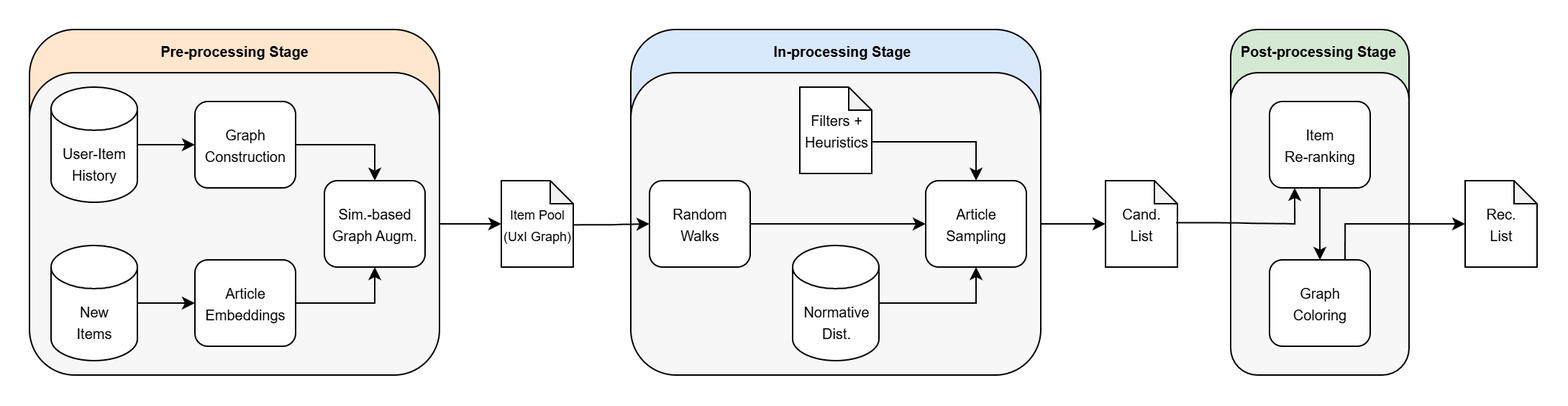
Informfully/Documentation keeps this draw.io diagram as docs/source/uml/algorithm_pipeline_v4.2.png. Above is the earlier version. Source tidied: cells renumbered, new cells last; positions are measured from the earlier drawing's top-left corner, leaving out a move shared by most shapes.
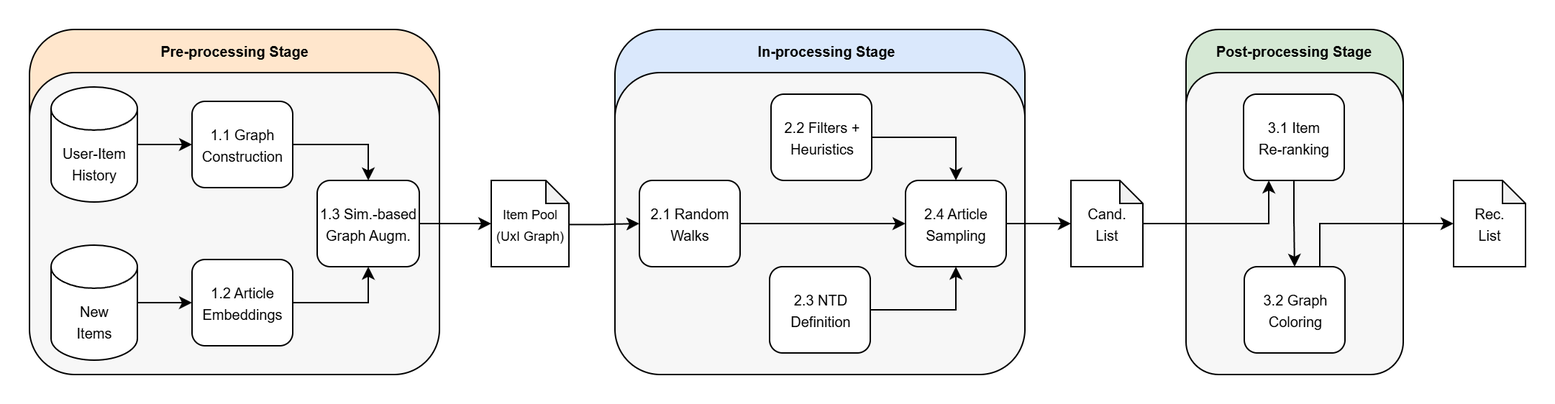
The same file after the commit.

Commit message:
Pipeline diagram updated

What changed in the source:
```diff
@@ -3,126 +3,126 @@
     <mxCell id="0" />
     <mxCell id="1" parent="0" />
     <mxCell id="2" value="&lt;font style=&quot;font-size: 9px;&quot;&gt;Item Pool&lt;br&gt;(UxI Graph)&lt;/font&gt;" style="shape=note;whiteSpace=wrap;html=1;backgroundOutline=1;darkOpacity=0.05;size=16;" parent="1" vertex="1">
-      <mxGeometry x="328" y="105" width="50" height="60" as="geometry" />
+      <mxGeometry x="325" y="105" width="54" height="60" as="geometry" />
     </mxCell>
-    <mxCell id="3" value="&lt;span style=&quot;font-size: 10px;&quot;&gt;Cand.&lt;br&gt;List&lt;/span&gt;" style="shape=note;whiteSpace=wrap;html=1;backgroundOutline=1;darkOpacity=0.05;size=16;" parent="1" vertex="1">
-      <mxGeometry x="748" y="105" width="50" height="60" as="geometry" />
+    <mxCell id="3" value="&lt;span style=&quot;font-size: 10px;&quot;&gt;Rec.&lt;br&gt;List&lt;/span&gt;" style="shape=note;whiteSpace=wrap;html=1;backgroundOutline=1;darkOpacity=0.05;size=16;" parent="1" vertex="1">
+      <mxGeometry x="994" y="105" width="50" height="60" as="geometry" />
     </mxCell>
-    <mxCell id="4" value="&lt;span style=&quot;font-size: 10px;&quot;&gt;Rec.&lt;br&gt;List&lt;/span&gt;" style="shape=note;whiteSpace=wrap;html=1;backgroundOutline=1;darkOpacity=0.05;size=16;" parent="1" vertex="1">
-      <mxGeometry x="998" y="105" width="50" height="60" as="geometry" />
+    <mxCell id="4" style="group;" parent="1" vertex="1">
+      <mxGeometry x="4" width="285" height="240" as="geometry" />
     </mxCell>
-    <mxCell id="5" style="edgeStyle=orthogonalEdgeStyle;rounded=0;jettySize=auto;html=1;exitX=1;exitY=0.5;exitDx=0;exitDy=0;entryX=0;entryY=0.5;entryDx=0;entryDy=0;entryPerimeter=0;" parent="1" edge="1" source="19" target="2">
-      <mxGeometry relative="1" as="geometry" />
+    <mxCell id="5" style="rounded=1;whiteSpace=wrap;html=1;fillColor=#ffe6cc;strokeColor=#000000;" parent="4" vertex="1">
+      <mxGeometry width="285" height="210" as="geometry" />
     </mxCell>
-    <mxCell id="6" style="edgeStyle=orthogonalEdgeStyle;rounded=0;jettySize=auto;html=1;exitX=1;exitY=0.5;exitDx=0;exitDy=0;entryX=0;entryY=0.5;entryDx=0;entryDy=0;entryPerimeter=0;" parent="1" edge="1" source="30" target="3">
-      <mxGeometry relative="1" as="geometry" />
+    <mxCell id="6" style="rounded=1;whiteSpace=wrap;html=1;fillColor=light-dark(#F7F7F7,#EDEDED);" parent="4" vertex="1">
+      <mxGeometry y="30" width="285" height="210" as="geometry" />
     </mxCell>
-    <mxCell id="7" style="group;" parent="1" vertex="1">
-      <mxGeometry width="285" height="240" as="geometry" />
+    <mxCell id="7" style="edgeStyle=orthogonalEdgeStyle;rounded=0;jettySize=auto;html=1;exitX=1;exitY=0.5;exitDx=0;exitDy=0;entryX=0.5;entryY=0;entryDx=0;entryDy=0;" parent="4" edge="1" source="8" target="16">
+      <mxGeometry relative="1" as="geometry" />
     </mxCell>
-    <mxCell id="8" style="rounded=1;whiteSpace=wrap;html=1;fillColor=#ffe6cc;strokeColor=#000000;" parent="7" vertex="1">
-      <mxGeometry width="285" height="210" as="geometry" />
+    <mxCell id="8" value="&lt;font style=&quot;font-size: 10px;&quot;&gt;1.1 Graph&lt;br&gt;Construction&lt;/font&gt;" style="rounded=1;whiteSpace=wrap;html=1;" parent="4" vertex="1">
+      <mxGeometry x="113" y="50" width="70" height="60" as="geometry" />
     </mxCell>
-    <mxCell id="9" style="rounded=1;whiteSpace=wrap;html=1;fillColor=light-dark(#F7F7F7,#EDEDED);" parent="7" vertex="1">
-      <mxGeometry y="30" width="285" height="210" as="geometry" />
+    <mxCell id="9" value="&lt;b&gt;&lt;font style=&quot;font-size: 10px;&quot;&gt;Pre-processing Stage&lt;/font&gt;&lt;/b&gt;" style="text;html=1;align=center;verticalAlign=middle;whiteSpace=wrap;rounded=0;" parent="4" vertex="1">
+      <mxGeometry width="285" height="30" as="geometry" />
     </mxCell>
-    <mxCell id="10" style="edgeStyle=orthogonalEdgeStyle;rounded=0;jettySize=auto;html=1;exitX=1;exitY=0.5;exitDx=0;exitDy=0;entryX=0.5;entryY=0;entryDx=0;entryDy=0;" parent="7" edge="1" source="11" target="19">
+    <mxCell id="10" style="edgeStyle=orthogonalEdgeStyle;rounded=0;jettySize=auto;html=1;exitX=1;exitY=0.5;exitDx=0;exitDy=0;exitPerimeter=0;entryX=0;entryY=0.5;entryDx=0;entryDy=0;" parent="4" edge="1" source="11" target="8">
       <mxGeometry relative="1" as="geometry" />
     </mxCell>
-    <mxCell id="11" value="&lt;font style=&quot;font-size: 10px;&quot;&gt;Graph&lt;br&gt;Construction&lt;/font&gt;" style="rounded=1;whiteSpace=wrap;html=1;" parent="7" vertex="1">
-      <mxGeometry x="115" y="50" width="70" height="60" as="geometry" />
+    <mxCell id="11" value="&lt;span style=&quot;font-size: 10px;&quot;&gt;User-Item&lt;br&gt;History&lt;/span&gt;" style="shape=cylinder3;whiteSpace=wrap;html=1;boundedLbl=1;backgroundOutline=1;size=15;" parent="4" vertex="1">
+      <mxGeometry x="15" y="40" width="60" height="80" as="geometry" />
     </mxCell>
-    <mxCell id="12" value="&lt;b&gt;&lt;font style=&quot;font-size: 10px;&quot;&gt;Pre-processing Stage&lt;/font&gt;&lt;/b&gt;" style="text;html=1;align=center;verticalAlign=middle;whiteSpace=wrap;rounded=0;" parent="7" vertex="1">
-      <mxGeometry width="285" height="30" as="geometry" />
+    <mxCell id="12" style="edgeStyle=orthogonalEdgeStyle;rounded=0;jettySize=auto;html=1;exitX=1;exitY=0.5;exitDx=0;exitDy=0;exitPerimeter=0;entryX=0;entryY=0.5;entryDx=0;entryDy=0;" parent="4" edge="1" source="13" target="15">
+      <mxGeometry relative="1" as="geometry" />
     </mxCell>
-    <mxCell id="13" style="edgeStyle=orthogonalEdgeStyle;rounded=0;jettySize=auto;html=1;exitX=1;exitY=0.5;exitDx=0;exitDy=0;exitPerimeter=0;entryX=0;entryY=0.5;entryDx=0;entryDy=0;" parent="7" edge="1" source="14" target="11">
-      <mxGeometry relative="1" as="geometry" />
+    <mxCell id="13" value="&lt;span style=&quot;font-size: 10px;&quot;&gt;New&lt;br&gt;Items&lt;/span&gt;" style="shape=cylinder3;whiteSpace=wrap;html=1;boundedLbl=1;backgroundOutline=1;size=15;" parent="4" vertex="1">
+      <mxGeometry x="15" y="150" width="60" height="80" as="geometry" />
     </mxCell>
-    <mxCell id="14" value="&lt;span style=&quot;font-size: 10px;&quot;&gt;User-Item&lt;br&gt;History&lt;/span&gt;" style="shape=cylinder3;whiteSpace=wrap;html=1;boundedLbl=1;backgroundOutline=1;size=15;" parent="7" vertex="1">
-      <mxGeometry x="15" y="40" width="60" height="80" as="geometry" />
+    <mxCell id="14" style="edgeStyle=orthogonalEdgeStyle;rounded=0;jettySize=auto;html=1;exitX=1;exitY=0.5;exitDx=0;exitDy=0;entryX=0.5;entryY=1;entryDx=0;entryDy=0;" parent="4" edge="1" source="15" target="16">
+      <mxGeometry relative="1" as="geometry" />
     </mxCell>
-    <mxCell id="15" style="edgeStyle=orthogonalEdgeStyle;rounded=0;jettySize=auto;html=1;exitX=1;exitY=0.5;exitDx=0;exitDy=0;exitPerimeter=0;entryX=0;entryY=0.5;entryDx=0;entryDy=0;" parent="7" edge="1" source="16" target="18">
-      <mxGeometry relative="1" as="geometry" />
+    <mxCell id="15" value="&lt;span style=&quot;font-size: 10px;&quot;&gt;1.2 Article&lt;br&gt;Embeddings&lt;/span&gt;" style="rounded=1;whiteSpace=wrap;html=1;" parent="4" vertex="1">
+      <mxGeometry x="113" y="160" width="70" height="60" as="geometry" />
     </mxCell>
-    <mxCell id="16" value="&lt;span style=&quot;font-size: 10px;&quot;&gt;New&lt;br&gt;Items&lt;/span&gt;" style="shape=cylinder3;whiteSpace=wrap;html=1;boundedLbl=1;backgroundOutline=1;size=15;" parent="7" vertex="1">
-      <mxGeometry x="15" y="150" width="60" height="80" as="geometry" />
+    <mxCell id="16" value="&lt;span style=&quot;font-size: 10px;&quot;&gt;1.3 Sim.-based&lt;br&gt;Graph Augm.&lt;/span&gt;" style="rounded=1;whiteSpace=wrap;html=1;" parent="4" vertex="1">
+      <mxGeometry x="200" y="105" width="71" height="60" as="geometry" />
     </mxCell>
-    <mxCell id="17" style="edgeStyle=orthogonalEdgeStyle;rounded=0;jettySize=auto;html=1;exitX=1;exitY=0.5;exitDx=0;exitDy=0;entryX=0.5;entryY=1;entryDx=0;entryDy=0;" parent="7" edge="1" source="18" target="19">
-      <mxGeometry relative="1" as="geometry" />
+    <mxCell id="17" style="group;" parent="1" vertex="1">
+      <mxGeometry x="411" width="287" height="240" as="geometry" />
     </mxCell>
-    <mxCell id="18" value="&lt;span style=&quot;font-size: 10px;&quot;&gt;Article&lt;br&gt;Embeddings&lt;/span&gt;" style="rounded=1;whiteSpace=wrap;html=1;" parent="7" vertex="1">
-      <mxGeometry x="115" y="160" width="70" height="60" as="geometry" />
+    <mxCell id="18" style="rounded=1;whiteSpace=wrap;html=1;fillColor=#dae8fc;strokeColor=#000000;" parent="17" vertex="1">
+      <mxGeometry width="285" height="210" as="geometry" />
     </mxCell>
-    <mxCell id="19" value="&lt;span style=&quot;font-size: 10px;&quot;&gt;Sim.-based&lt;br&gt;Graph Augm.&lt;/span&gt;" style="rounded=1;whiteSpace=wrap;html=1;" parent="7" vertex="1">
-      <mxGeometry x="205" y="105" width="70" height="60" as="geometry" />
+    <mxCell id="19" style="rounded=1;whiteSpace=wrap;html=1;fillColor=light-dark(#F7F7F7,#EDEDED);" parent="17" vertex="1">
+      <mxGeometry y="30" width="285" height="210" as="geometry" />
     </mxCell>
-    <mxCell id="20" style="group;" parent="1" vertex="1">
-      <mxGeometry x="418" width="287" height="240" as="geometry" />
+    <mxCell id="20" style="edgeStyle=orthogonalEdgeStyle;rounded=0;jettySize=auto;html=1;exitX=1;exitY=0.5;exitDx=0;exitDy=0;entryX=0;entryY=0.5;entryDx=0;entryDy=0;" parent="17" edge="1" source="21" target="24">
+      <mxGeometry relative="1" as="geometry" />
     </mxCell>
-    <mxCell id="21" style="rounded=1;whiteSpace=wrap;html=1;fillColor=#dae8fc;strokeColor=#000000;" parent="20" vertex="1">
-      <mxGeometry width="285" height="210" as="geometry" />
+    <mxCell id="21" value="&lt;font style=&quot;font-size: 10px;&quot;&gt;2.1 Random&lt;br&gt;Walks&lt;/font&gt;" style="rounded=1;whiteSpace=wrap;html=1;" parent="17" vertex="1">
+      <mxGeometry x="17" y="105" width="70" height="60" as="geometry" />
     </mxCell>
-    <mxCell id="22" style="rounded=1;whiteSpace=wrap;html=1;fillColor=light-dark(#F7F7F7,#EDEDED);" parent="20" vertex="1">
-      <mxGeometry y="30" width="285" height="210" as="geometry" />
+    <mxCell id="22" value="&lt;b&gt;&lt;font style=&quot;font-size: 10px;&quot;&gt;In-processing Stage&lt;/font&gt;&lt;/b&gt;" style="text;html=1;align=center;verticalAlign=middle;whiteSpace=wrap;rounded=0;" parent="17" vertex="1">
+      <mxGeometry x="7" width="280" height="30" as="geometry" />
     </mxCell>
-    <mxCell id="23" style="edgeStyle=orthogonalEdgeStyle;rounded=0;jettySize=auto;html=1;exitX=1;exitY=0.5;exitDx=0;exitDy=0;entryX=0;entryY=0.5;entryDx=0;entryDy=0;" parent="20" edge="1" source="24" target="30">
+    <mxCell id="23" style="edgeStyle=orthogonalEdgeStyle;rounded=0;jettySize=auto;html=1;exitX=1;exitY=0.5;exitDx=0;exitDy=0;entryX=0.5;entryY=1;entryDx=0;entryDy=0;" parent="17" edge="1" source="27" target="24">
       <mxGeometry relative="1" as="geometry" />
     </mxCell>
-    <mxCell id="24" value="&lt;font style=&quot;font-size: 10px;&quot;&gt;Random&lt;br&gt;Walks&lt;/font&gt;" style="rounded=1;whiteSpace=wrap;html=1;" parent="20" vertex="1">
-      <mxGeometry x="13" y="105" width="70" height="60" as="geometry" />
+    <mxCell id="24" value="&lt;div&gt;&lt;span style=&quot;font-size: 10px; background-color: transparent; color: light-dark(rgb(0, 0, 0), rgb(255, 255, 255));&quot;&gt;2.4 Article&lt;br&gt;Sampling&lt;/span&gt;&lt;/div&gt;" style="rounded=1;whiteSpace=wrap;html=1;" parent="17" vertex="1">
+      <mxGeometry x="202" y="105" width="70" height="60" as="geometry" />
     </mxCell>
-    <mxCell id="25" value="&lt;b&gt;&lt;font style=&quot;font-size: 10px;&quot;&gt;In-processing Stage&lt;/font&gt;&lt;/b&gt;" style="text;html=1;align=center;verticalAlign=middle;whiteSpace=wrap;rounded=0;" parent="20" vertex="1">
-      <mxGeometry x="7" width="280" height="30" as="geometry" />
+    <mxCell id="25" style="edgeStyle=orthogonalEdgeStyle;rounded=0;jettySize=auto;html=1;exitX=1;exitY=0.5;exitDx=0;exitDy=0;entryX=0.5;entryY=0;entryDx=0;entryDy=0;" parent="17" edge="1" source="26" target="24">
+      <mxGeometry relative="1" as="geometry" />
     </mxCell>
-    <mxCell id="26" style="edgeStyle=orthogonalEdgeStyle;rounded=0;jettySize=auto;html=1;exitX=1;exitY=0.5;exitDx=0;exitDy=0;exitPerimeter=0;entryX=0.5;entryY=1;entryDx=0;entryDy=0;" parent="20" edge="1" source="27" target="30">
-      <mxGeometry relative="1" as="geometry" />
+    <mxCell id="26" value="&lt;span style=&quot;font-size: 10px;&quot;&gt;2.2 Filters +&lt;/span&gt;&lt;br style=&quot;font-size: 10px;&quot;&gt;&lt;span style=&quot;font-size: 10px;&quot;&gt;Heuristics&lt;/span&gt;" style="rounded=1;whiteSpace=wrap;html=1;" parent="17" vertex="1">
+      <mxGeometry x="108.5" y="45" width="70" height="60" as="geometry" />
     </mxCell>
-    <mxCell id="27" value="&lt;span style=&quot;font-size: 10px;&quot;&gt;Normative&lt;br&gt;Dist.&lt;/span&gt;" style="shape=cylinder3;whiteSpace=wrap;html=1;boundedLbl=1;backgroundOutline=1;size=15;" parent="20" vertex="1">
-      <mxGeometry x="112.5" y="150" width="60" height="80" as="geometry" />
+    <mxCell id="27" value="&lt;span style=&quot;font-size: 10px;&quot;&gt;2.3 NTD&lt;br&gt;Definition&lt;/span&gt;" style="rounded=1;whiteSpace=wrap;html=1;" parent="17" vertex="1">
+      <mxGeometry x="107.5" y="165" width="70" height="60" as="geometry" />
     </mxCell>
-    <mxCell id="28" style="edgeStyle=orthogonalEdgeStyle;rounded=0;jettySize=auto;html=1;exitX=0;exitY=0;exitDx=50;exitDy=38;exitPerimeter=0;" parent="20" edge="1" source="29" target="30">
+    <mxCell id="28" style="edgeStyle=orthogonalEdgeStyle;rounded=0;jettySize=auto;html=1;exitX=1.007;exitY=0.51;exitDx=0;exitDy=0;exitPerimeter=0;entryX=0;entryY=0.5;entryDx=0;entryDy=0;" parent="1" edge="1" source="2" target="21">
       <mxGeometry relative="1" as="geometry" />
     </mxCell>
-    <mxCell id="29" value="&lt;span style=&quot;font-size: 10px;&quot;&gt;Filters +&lt;br&gt;Heuristics&lt;/span&gt;" style="shape=note;whiteSpace=wrap;html=1;backgroundOutline=1;darkOpacity=0.05;size=16;" parent="20" vertex="1">
-      <mxGeometry x="117.5" y="40" width="50" height="60" as="geometry" />
+    <mxCell id="29" style="edgeStyle=orthogonalEdgeStyle;rounded=0;jettySize=auto;html=1;exitX=1;exitY=0.5;exitDx=0;exitDy=0;entryX=0;entryY=0.5;entryDx=0;entryDy=0;entryPerimeter=0;" parent="1" edge="1" source="24" target="40">
+      <mxGeometry relative="1" as="geometry" />
     </mxCell>
-    <mxCell id="30" value="&lt;div&gt;&lt;span style=&quot;font-size: 10px; background-color: transparent; color: light-dark(rgb(0, 0, 0), rgb(255, 255, 255));&quot;&gt;Article&lt;br&gt;Sampling&lt;/span&gt;&lt;/div&gt;" style="rounded=1;whiteSpace=wrap;html=1;" parent="20" vertex="1">
-      <mxGeometry x="205" y="105" width="70" height="60" as="geometry" />
+    <mxCell id="30" style="edgeStyle=orthogonalEdgeStyle;rounded=0;jettySize=auto;html=1;exitX=1;exitY=0.5;exitDx=0;exitDy=0;entryX=0;entryY=0.5;entryDx=0;entryDy=0;entryPerimeter=0;" parent="1" edge="1" source="16" target="2">
+      <mxGeometry relative="1" as="geometry" />
     </mxCell>
     <mxCell id="31" style="group;" parent="1" vertex="1">
-      <mxGeometry x="833" width="126" height="240" as="geometry" />
+      <mxGeometry x="807" width="152" height="240" as="geometry" />
     </mxCell>
     <mxCell id="32" style="rounded=1;whiteSpace=wrap;html=1;fillColor=#d5e8d4;strokeColor=#000000;" parent="31" vertex="1">
-      <mxGeometry x="2" width="124" height="210" as="geometry" />
+      <mxGeometry x="1" width="151" height="210" as="geometry" />
     </mxCell>
     <mxCell id="33" style="rounded=1;whiteSpace=wrap;html=1;fillColor=light-dark(#F7F7F7,#EDEDED);" parent="31" vertex="1">
-      <mxGeometry x="2" y="30" width="124" height="210" as="geometry" />
+      <mxGeometry x="1" y="30" width="151" height="210" as="geometry" />
     </mxCell>
     <mxCell id="34" value="&lt;font style=&quot;font-size: 10px;&quot;&gt;&lt;b style=&quot;&quot;&gt;Post-processing Stage&lt;/b&gt;&lt;/font&gt;" style="text;html=1;align=center;verticalAlign=middle;whiteSpace=wrap;rounded=0;" parent="31" vertex="1">
-      <mxGeometry width="126" height="30" as="geometry" />
+      <mxGeometry width="152" height="30" as="geometry" />
     </mxCell>
-    <mxCell id="35" style="edgeStyle=orthogonalEdgeStyle;rounded=0;jettySize=auto;html=1;exitX=0.5;exitY=1;exitDx=0;exitDy=0;" parent="31" edge="1" source="36" target="37">
+    <mxCell id="35" style="edgeStyle=orthogonalEdgeStyle;rounded=0;jettySize=auto;html=1;exitX=0.5;exitY=1;exitDx=0;exitDy=0;entryX=0.5;entryY=0;entryDx=0;entryDy=0;" parent="31" edge="1" source="36" target="37">
       <mxGeometry relative="1" as="geometry" />
     </mxCell>
-    <mxCell id="36" value="&lt;span style=&quot;font-size: 10px;&quot;&gt;Item&lt;/span&gt;&lt;br style=&quot;font-size: 10px;&quot;&gt;&lt;span style=&quot;font-size: 10px;&quot;&gt;Re-ranking&lt;/span&gt;" style="rounded=1;whiteSpace=wrap;html=1;" parent="31" vertex="1">
-      <mxGeometry x="29" y="50" width="70" height="60" as="geometry" />
+    <mxCell id="36" value="&lt;span style=&quot;font-size: 10px;&quot;&gt;3.1 Item&lt;/span&gt;&lt;br style=&quot;font-size: 10px;&quot;&gt;&lt;span style=&quot;font-size: 10px;&quot;&gt;Re-ranking&lt;/span&gt;" style="rounded=1;whiteSpace=wrap;html=1;" parent="31" vertex="1">
+      <mxGeometry x="41" y="45" width="70" height="60" as="geometry" />
     </mxCell>
-    <mxCell id="37" value="&lt;span style=&quot;font-size: 10px;&quot;&gt;Graph&lt;/span&gt;&lt;br style=&quot;font-size: 10px;&quot;&gt;&lt;span style=&quot;font-size: 10px;&quot;&gt;Coloring&lt;/span&gt;" style="rounded=1;whiteSpace=wrap;html=1;" parent="31" vertex="1">
-      <mxGeometry x="29" y="160" width="70" height="60" as="geometry" />
+    <mxCell id="37" value="&lt;span style=&quot;font-size: 10px;&quot;&gt;3.2 Graph&lt;/span&gt;&lt;br style=&quot;font-size: 10px;&quot;&gt;&lt;span style=&quot;font-size: 10px;&quot;&gt;Coloring&lt;/span&gt;" style="rounded=1;whiteSpace=wrap;html=1;" parent="31" vertex="1">
+      <mxGeometry x="41.5" y="165" width="70" height="60" as="geometry" />
     </mxCell>
-    <mxCell id="38" style="edgeStyle=orthogonalEdgeStyle;rounded=0;jettySize=auto;html=1;exitX=0.981;exitY=0.486;exitDx=0;exitDy=0;entryX=0.25;entryY=1;entryDx=0;entryDy=0;exitPerimeter=0;" parent="1" edge="1" source="3" target="36">
-      <mxGeometry relative="1" as="geometry">
-        <Array as="points">
-          <mxPoint x="829" y="134" />
-          <mxPoint x="875" y="135" />
-        </Array>
-      </mxGeometry>
+    <mxCell id="38" style="edgeStyle=orthogonalEdgeStyle;rounded=0;jettySize=auto;html=1;exitX=0.75;exitY=0;exitDx=0;exitDy=0;entryX=0;entryY=0.5;entryDx=0;entryDy=0;entryPerimeter=0;" parent="1" edge="1" source="37" target="3">
+      <mxGeometry relative="1" as="geometry" />
     </mxCell>
-    <mxCell id="39" style="edgeStyle=orthogonalEdgeStyle;rounded=0;jettySize=auto;html=1;entryX=0;entryY=0.5;entryDx=0;entryDy=0;entryPerimeter=0;exitX=0.75;exitY=0;exitDx=0;exitDy=0;" parent="1" edge="1" source="37" target="4">
-      <mxGeometry relative="1" as="geometry" />
+    <mxCell id="39" style="edgeStyle=orthogonalEdgeStyle;rounded=0;jettySize=auto;html=1;exitX=0;exitY=0;exitDx=50;exitDy=38;exitPerimeter=0;entryX=0.25;entryY=1;entryDx=0;entryDy=0;" parent="1" edge="1" source="40" target="36">
+      <mxGeometry relative="1" as="geometry">
+        <Array as="points">
+          <mxPoint x="769" y="135" />
+          <mxPoint x="850" y="135" />
+        </Array>
+      </mxGeometry>
     </mxCell>
-    <mxCell id="40" style="edgeStyle=orthogonalEdgeStyle;rounded=0;jettySize=auto;html=1;exitX=1.007;exitY=0.51;exitDx=0;exitDy=0;exitPerimeter=0;entryX=0;entryY=0.5;entryDx=0;entryDy=0;" parent="1" edge="1" source="2" target="24">
-      <mxGeometry relative="1" as="geometry" />
+    <mxCell id="40" value="&lt;span style=&quot;font-size: 10px;&quot;&gt;Cand.&lt;br&gt;List&lt;/span&gt;" style="shape=note;whiteSpace=wrap;html=1;backgroundOutline=1;darkOpacity=0.05;size=16;" parent="1" vertex="1">
+      <mxGeometry x="728" y="105" width="50" height="60" as="geometry" />
     </mxCell>
   </root>
 </mxGraphModel>
```
